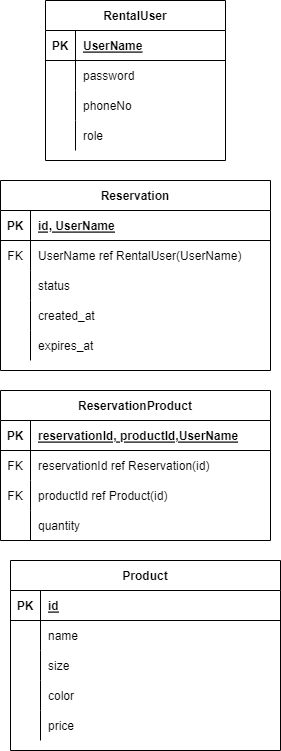
The draw.io diagram Attachments/Mapping.drawio.png in darkogoluza/SEP2, before a commit. Source tidied: cells renumbered, new cells last; positions are measured from the earlier drawing's top-left corner, leaving out a move shared by most shapes.
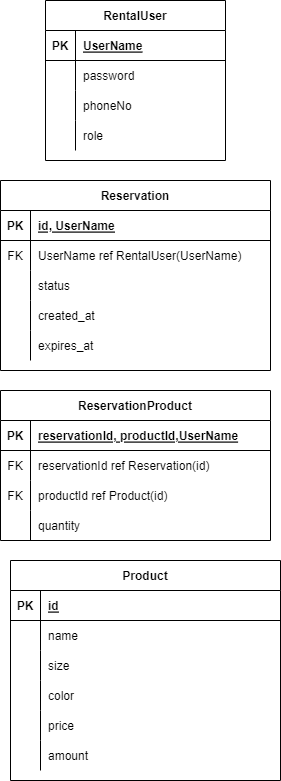
Later version of the same file.

Commit message:
Updated EER, GR, and mapping for adding amount to product.

What changed in the source:
```diff
@@ -90,7 +90,7 @@
       <mxGeometry x="30" width="240" height="30" as="geometry" />
     </mxCell>
     <mxCell id="31" value="Product" style="shape=table;startSize=30;rowLines=0;fontStyle=1;align=center;" parent="1" vertex="1">
-      <mxGeometry x="10" y="560" width="270" height="190" as="geometry" />
+      <mxGeometry x="10" y="560" width="270" height="220" as="geometry" />
     </mxCell>
     <mxCell id="32" style="shape=tableRow;horizontal=0;startSize=0;swimlaneHead=0;swimlaneBody=0;fillColor=none;top=0;left=0;right=0;bottom=1;" parent="31" vertex="1">
       <mxGeometry y="30" width="270" height="30" as="geometry" />
@@ -137,6 +137,15 @@
     <mxCell id="46" value="price" style="shape=partialRectangle;fillColor=none;top=0;left=0;bottom=0;right=0;align=left;spacingLeft=6;overflow=hidden;" parent="44" vertex="1">
       <mxGeometry x="30" width="240" height="30" as="geometry" />
     </mxCell>
+    <mxCell id="60" style="shape=tableRow;horizontal=0;startSize=0;swimlaneHead=0;swimlaneBody=0;fillColor=none;top=0;left=0;right=0;bottom=0;" parent="31" vertex="1">
+      <mxGeometry y="180" width="270" height="30" as="geometry" />
+    </mxCell>
+    <mxCell id="61" style="shape=partialRectangle;fillColor=none;top=0;left=0;bottom=0;right=0;overflow=hidden;" parent="60" vertex="1">
+      <mxGeometry width="30" height="30" as="geometry" />
+    </mxCell>
+    <mxCell id="62" value="amount" style="shape=partialRectangle;fillColor=none;top=0;left=0;bottom=0;right=0;align=left;spacingLeft=6;overflow=hidden;" parent="60" vertex="1">
+      <mxGeometry x="30" width="240" height="30" as="geometry" />
+    </mxCell>
     <mxCell id="47" value="ReservationProduct" style="shape=table;startSize=30;rowLines=0;fontStyle=1;align=center;" parent="1" vertex="1">
       <mxGeometry y="390" width="270" height="150" as="geometry" />
     </mxCell>
```
